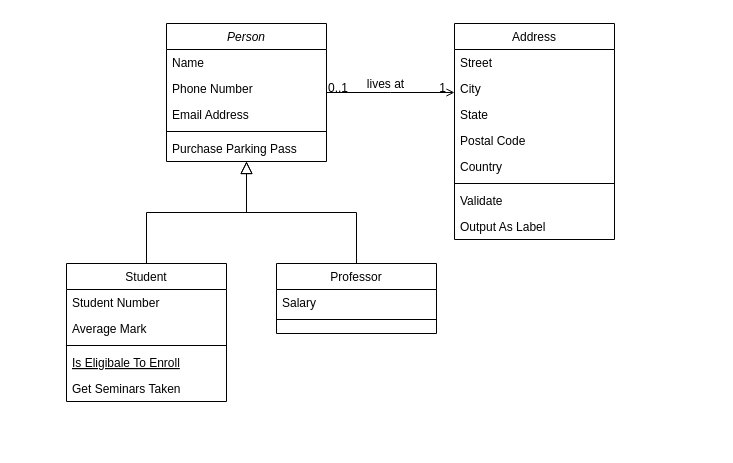
Above: UML/Untitled Diagram.drawio in Emile-Bergin/S7-ProjetScientifique (draw.io), before the change. Source tidied: cells renumbered, new cells numbered last; positions are measured from the earlier drawing's top-left corner, leaving out a move shared by most shapes. Both pictures are drawn from the tidied source at 100%, with x=0, y=0 at pixel (66, 23).
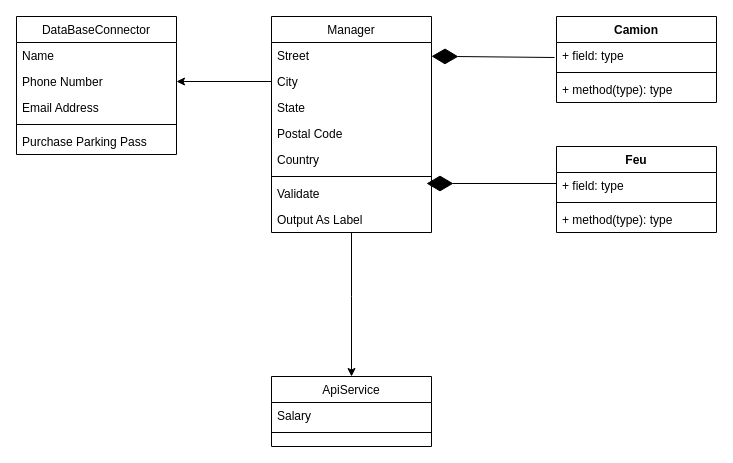
Above is the later version.

Unchanged cells that the change refers to:
```xml
<mxCell id="4" value="Phone Number" style="text;align=left;verticalAlign=top;spacingLeft=4;spacingRight=4;overflow=hidden;points=[[0,0.5],[1,0.5]];portConstraint=eastwest;rounded=0;shadow=0;html=0;" parent="2" vertex="1">
  <mxGeometry y="52" width="160" height="26" as="geometry" />
</mxCell>
<mxCell id="20" value="Street" style="text;align=left;verticalAlign=top;spacingLeft=4;spacingRight=4;overflow=hidden;points=[[0,0.5],[1,0.5]];portConstraint=eastwest;" parent="19" vertex="1">
  <mxGeometry y="26" width="160" height="26" as="geometry" />
</mxCell>
<mxCell id="21" value="City" style="text;align=left;verticalAlign=top;spacingLeft=4;spacingRight=4;overflow=hidden;points=[[0,0.5],[1,0.5]];portConstraint=eastwest;rounded=0;shadow=0;html=0;" parent="19" vertex="1">
  <mxGeometry y="52" width="160" height="26" as="geometry" />
</mxCell>
```

Diff of the diagram source:
```diff
@@
-    <mxCell id="2" value="Person" style="swimlane;fontStyle=2;align=center;verticalAlign=top;horizontal=1;startSize=26;rounded=0;shadow=0;strokeWidth=1;" parent="1" vertex="1">
-      <mxGeometry x="100" width="160" height="138" as="geometry" />
+    <mxCell id="2" value="DataBaseConnector" style="swimlane;fontStyle=0;align=center;verticalAlign=top;horizontal=1;startSize=26;rounded=0;shadow=0;strokeWidth=1;" parent="1" vertex="1">
+      <mxGeometry x="-50" y="-7" width="160" height="138" as="geometry" />
     </mxCell>
@@
-    <mxCell id="8" value="Student" style="swimlane;fontStyle=0;align=center;verticalAlign=top;horizontal=1;startSize=26;rounded=0;shadow=0;strokeWidth=1;" parent="1" vertex="1">
-      <mxGeometry y="240" width="160" height="138" as="geometry" />
-    </mxCell>
-    <mxCell id="9" value="Student Number" style="text;align=left;verticalAlign=top;spacingLeft=4;spacingRight=4;overflow=hidden;" parent="8" vertex="1">
-      <mxGeometry y="26" width="160" height="26" as="geometry" />
-    </mxCell>
-    <mxCell id="10" value="Average Mark" style="text;align=left;verticalAlign=top;spacingLeft=4;spacingRight=4;overflow=hidden;rounded=0;shadow=0;html=0;" parent="8" vertex="1">
-      <mxGeometry y="52" width="160" height="26" as="geometry" />
-    </mxCell>
-    <mxCell id="11" style="line;html=1;strokeWidth=1;align=left;verticalAlign=middle;spacingTop=-1;spacingLeft=3;spacingRight=3;labelPosition=right;" parent="8" vertex="1">
-      <mxGeometry y="78" width="160" height="8" as="geometry" />
-    </mxCell>
-    <mxCell id="12" value="Is Eligibale To Enroll" style="text;align=left;verticalAlign=top;spacingLeft=4;spacingRight=4;overflow=hidden;fontStyle=4;" parent="8" vertex="1">
-      <mxGeometry y="86" width="160" height="26" as="geometry" />
-    </mxCell>
-    <mxCell id="13" value="Get Seminars Taken" style="text;align=left;verticalAlign=top;spacingLeft=4;spacingRight=4;overflow=hidden;" parent="8" vertex="1">
-      <mxGeometry y="112" width="160" height="26" as="geometry" />
-    </mxCell>
-    <mxCell id="14" style="endArrow=block;endSize=10;endFill=0;shadow=0;strokeWidth=1;rounded=0;edgeStyle=elbowEdgeStyle;elbow=vertical;" parent="1" edge="1" source="8" target="2">
-      <mxGeometry relative="1" as="geometry" />
-    </mxCell>
-    <mxCell id="15" value="Professor" style="swimlane;fontStyle=0;align=center;verticalAlign=top;horizontal=1;startSize=26;rounded=0;shadow=0;strokeWidth=1;" parent="1" vertex="1">
-      <mxGeometry x="210" y="240" width="160" height="70" as="geometry" />
+    <mxCell id="15" value="ApiService" style="swimlane;fontStyle=0;align=center;verticalAlign=top;horizontal=1;startSize=26;rounded=0;shadow=0;strokeWidth=1;" parent="1" vertex="1">
+      <mxGeometry x="205" y="353" width="160" height="70" as="geometry" />
     </mxCell>
@@
-    <mxCell id="18" style="endArrow=block;endSize=10;endFill=0;shadow=0;strokeWidth=1;rounded=0;edgeStyle=elbowEdgeStyle;elbow=vertical;" parent="1" edge="1" source="15" target="2">
-      <mxGeometry relative="1" as="geometry" />
-    </mxCell>
+    <mxCell id="32" style="edgeStyle=orthogonalEdgeStyle;rounded=0;jettySize=auto;html=1;exitX=0.5;exitY=1;exitDx=0;exitDy=0;entryX=0.5;entryY=0;entryDx=0;entryDy=0;" parent="1" edge="1" source="19" target="15">
+      <mxGeometry relative="1" as="geometry">
+        <Array as="points">
+          <mxPoint x="285" y="273" />
+          <mxPoint x="285" y="273" />
+        </Array>
+      </mxGeometry>
+    </mxCell>
-    <mxCell id="19" value="Address" style="swimlane;fontStyle=0;align=center;verticalAlign=top;horizontal=1;startSize=26;rounded=0;shadow=0;strokeWidth=1;" parent="1" vertex="1">
-      <mxGeometry x="388" width="160" height="216" as="geometry" />
+    <mxCell id="19" value="Manager" style="swimlane;fontStyle=0;align=center;verticalAlign=top;horizontal=1;startSize=26;rounded=0;shadow=0;strokeWidth=1;" parent="1" vertex="1">
+      <mxGeometry x="205" y="-7" width="160" height="216" as="geometry" />
     </mxCell>
@@
-    <mxCell id="28" style="endArrow=open;shadow=0;strokeWidth=1;rounded=0;endFill=1;edgeStyle=elbowEdgeStyle;elbow=vertical;" parent="1" edge="1" source="2" target="19">
-      <mxGeometry x="0.5" y="41" relative="1" as="geometry">
-        <mxPoint x="-40" y="32" as="offset" />
-      </mxGeometry>
-    </mxCell>
-    <mxCell id="29" value="0..1" style="align=left;verticalAlign=bottom;labelBackgroundColor=none;fontSize=12;" parent="28" vertex="1">
-      <mxGeometry x="-1" relative="1" as="geometry">
-        <mxPoint y="4" as="offset" />
-      </mxGeometry>
-    </mxCell>
-    <mxCell id="30" value="1" style="align=right;verticalAlign=bottom;labelBackgroundColor=none;fontSize=12;" parent="28" vertex="1">
-      <mxGeometry x="1" relative="1" as="geometry">
-        <mxPoint x="-7" y="4" as="offset" />
-      </mxGeometry>
-    </mxCell>
-    <mxCell id="31" value="lives at" style="text;html=1;align=center;verticalAlign=middle;labelBackgroundColor=none;rounded=0;shadow=0;strokeWidth=1;fontSize=12;" parent="28" vertex="1">
-      <mxGeometry x="0.5" y="49" relative="1" as="geometry">
-        <mxPoint x="-38" y="40" as="offset" />
-      </mxGeometry>
-    </mxCell>
+    <mxCell id="33" style="endArrow=classic;html=1;entryX=1;entryY=0.5;entryDx=0;entryDy=0;exitX=0;exitY=0.5;exitDx=0;exitDy=0;" parent="1" edge="1" source="21" target="4">
+      <mxGeometry relative="1" as="geometry" />
+    </mxCell>
+    <mxCell id="34" value="Camion" style="swimlane;fontStyle=1;align=center;verticalAlign=top;horizontal=1;startSize=26;" parent="1" vertex="1">
+      <mxGeometry x="490" y="-7" width="160" height="86" as="geometry" />
+    </mxCell>
+    <mxCell id="35" value="+ field: type" style="text;strokeColor=none;fillColor=none;align=left;verticalAlign=top;spacingLeft=4;spacingRight=4;overflow=hidden;" parent="34" vertex="1">
+      <mxGeometry y="26" width="160" height="26" as="geometry" />
+    </mxCell>
+    <mxCell id="36" style="line;strokeWidth=1;fillColor=none;align=left;verticalAlign=middle;spacingTop=-1;spacingLeft=3;spacingRight=3;labelPosition=right;" parent="34" vertex="1">
+      <mxGeometry y="52" width="160" height="8" as="geometry" />
+    </mxCell>
+    <mxCell id="37" value="+ method(type): type" style="text;strokeColor=none;fillColor=none;align=left;verticalAlign=top;spacingLeft=4;spacingRight=4;overflow=hidden;" parent="34" vertex="1">
+      <mxGeometry y="60" width="160" height="26" as="geometry" />
+    </mxCell>
+    <mxCell id="38" value="Feu" style="swimlane;fontStyle=1;align=center;verticalAlign=top;horizontal=1;startSize=26;" parent="1" vertex="1">
+      <mxGeometry x="490" y="123" width="160" height="86" as="geometry" />
+    </mxCell>
+    <mxCell id="39" value="+ field: type" style="text;strokeColor=none;fillColor=none;align=left;verticalAlign=top;spacingLeft=4;spacingRight=4;overflow=hidden;" parent="38" vertex="1">
+      <mxGeometry y="26" width="160" height="26" as="geometry" />
+    </mxCell>
+    <mxCell id="40" style="line;strokeWidth=1;fillColor=none;align=left;verticalAlign=middle;spacingTop=-1;spacingLeft=3;spacingRight=3;labelPosition=right;" parent="38" vertex="1">
+      <mxGeometry y="52" width="160" height="8" as="geometry" />
+    </mxCell>
+    <mxCell id="41" value="+ method(type): type" style="text;strokeColor=none;fillColor=none;align=left;verticalAlign=top;spacingLeft=4;spacingRight=4;overflow=hidden;" parent="38" vertex="1">
+      <mxGeometry y="60" width="160" height="26" as="geometry" />
+    </mxCell>
+    <mxCell id="42" style="endArrow=diamondThin;endFill=1;endSize=24;html=1;" parent="1" edge="1">
+      <mxGeometry relative="1" as="geometry">
+        <mxPoint x="490" y="160" as="sourcePoint" />
+        <mxPoint x="360" y="160" as="targetPoint" />
+      </mxGeometry>
+    </mxCell>
+    <mxCell id="43" style="endArrow=diamondThin;endFill=1;endSize=24;html=1;" parent="1" edge="1" target="20">
+      <mxGeometry relative="1" as="geometry">
+        <mxPoint x="488" y="34" as="sourcePoint" />
+      </mxGeometry>
+    </mxCell>
```
